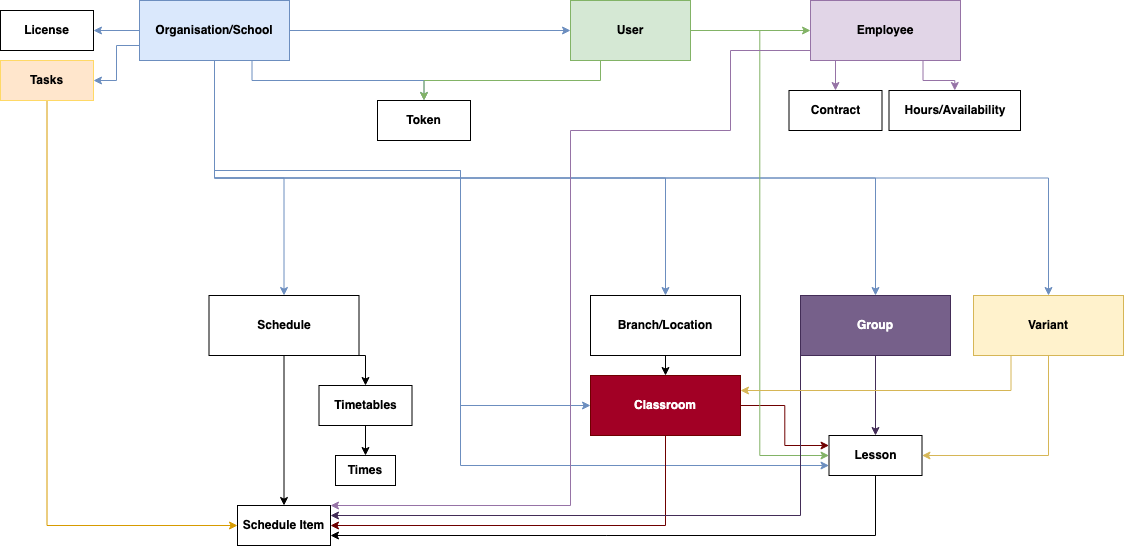
Before: Diagram zonder titel.drawio.png, a diagram exported from draw.io (joshuahiwat/randomeasytest). Source tidied: cells renumbered, new cells last; positions are measured from the earlier drawing's top-left corner, leaving out a move shared by most shapes.
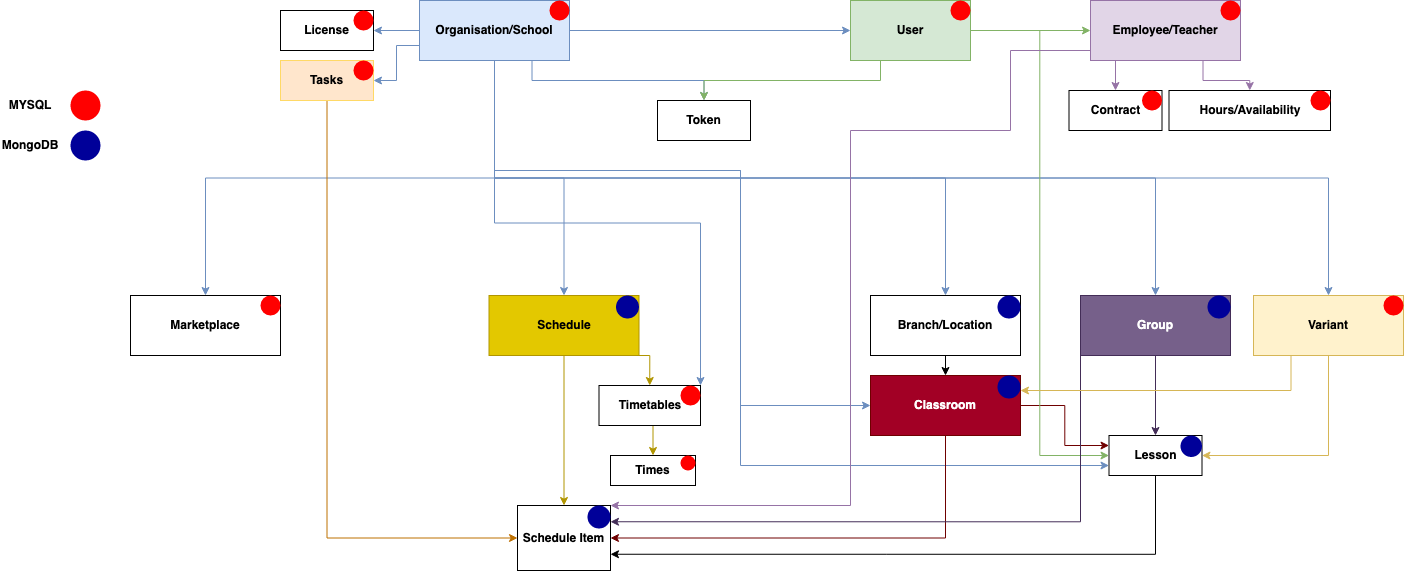
After the commit.

Commit message:
EDU Middleware

The edit, as a diff of the source:
```diff
@@ -49,6 +49,12 @@
         </Array>
       </mxGeometry>
     </mxCell>
+    <mxCell id="48" style="edgeStyle=orthogonalEdgeStyle;rounded=0;jettySize=auto;html=1;exitX=0.5;exitY=1;exitDx=0;exitDy=0;entryX=1;entryY=0;entryDx=0;entryDy=0;strokeWidth=1;fillColor=#dae8fc;strokeColor=#6c8ebf;" parent="1" edge="1" source="13" target="39">
+      <mxGeometry relative="1" as="geometry" />
+    </mxCell>
+    <mxCell id="49" style="edgeStyle=orthogonalEdgeStyle;rounded=0;jettySize=auto;html=1;exitX=0.5;exitY=1;exitDx=0;exitDy=0;entryX=0.5;entryY=0;entryDx=0;entryDy=0;strokeWidth=1;fillColor=#dae8fc;strokeColor=#6c8ebf;" parent="1" edge="1" source="13" target="50">
+      <mxGeometry relative="1" as="geometry" />
+    </mxCell>
     <mxCell id="13" value="&lt;b&gt;Organisation/School&lt;/b&gt;" style="rounded=0;whiteSpace=wrap;html=1;fillColor=#dae8fc;strokeColor=#6c8ebf;" parent="1" vertex="1">
       <mxGeometry x="139" width="150" height="60" as="geometry" />
     </mxCell>
@@ -80,7 +86,7 @@
       <mxGeometry x="570" width="120" height="60" as="geometry" />
     </mxCell>
     <mxCell id="23" value="&lt;b&gt;Hours/Availability&lt;br&gt;&lt;/b&gt;" style="rounded=0;whiteSpace=wrap;html=1;" parent="1" vertex="1">
-      <mxGeometry x="888.5" y="90" width="131.5" height="40" as="geometry" />
+      <mxGeometry x="888.5" y="90" width="161.5" height="40" as="geometry" />
     </mxCell>
     <mxCell id="24" value="&lt;b&gt;Contract&lt;br&gt;&lt;/b&gt;" style="rounded=0;whiteSpace=wrap;html=1;" parent="1" vertex="1">
       <mxGeometry x="788.5" y="90" width="93" height="40" as="geometry" />
@@ -106,32 +112,32 @@
     <mxCell id="31" value="&lt;b&gt;Token&lt;br&gt;&lt;/b&gt;" style="rounded=0;whiteSpace=wrap;html=1;" parent="1" vertex="1">
       <mxGeometry x="377" y="100" width="93" height="40" as="geometry" />
     </mxCell>
-    <mxCell id="32" style="edgeStyle=orthogonalEdgeStyle;rounded=0;jettySize=auto;html=1;exitX=0.5;exitY=1;exitDx=0;exitDy=0;entryX=0;entryY=0.5;entryDx=0;entryDy=0;fillColor=#ffe6cc;strokeColor=#d79b00;" parent="1" edge="1" source="33" target="37">
+    <mxCell id="32" style="edgeStyle=orthogonalEdgeStyle;rounded=0;jettySize=auto;html=1;exitX=0.5;exitY=1;exitDx=0;exitDy=0;entryX=0;entryY=0.5;entryDx=0;entryDy=0;fillColor=#f0a30a;strokeColor=#BD7000;" parent="1" edge="1" source="33" target="37">
       <mxGeometry relative="1" as="geometry" />
     </mxCell>
     <mxCell id="33" value="&lt;b&gt;Tasks&lt;br&gt;&lt;/b&gt;" style="rounded=0;whiteSpace=wrap;html=1;fillColor=#ffe6cc;strokeColor=#FFD966;gradientColor=none;" parent="1" vertex="1">
       <mxGeometry y="60" width="93" height="40" as="geometry" />
     </mxCell>
-    <mxCell id="34" style="edgeStyle=orthogonalEdgeStyle;rounded=0;jettySize=auto;html=1;exitX=0.5;exitY=1;exitDx=0;exitDy=0;entryX=0.5;entryY=0;entryDx=0;entryDy=0;" parent="1" edge="1" source="36" target="37">
+    <mxCell id="34" style="edgeStyle=orthogonalEdgeStyle;rounded=0;jettySize=auto;html=1;exitX=0.5;exitY=1;exitDx=0;exitDy=0;entryX=0.5;entryY=0;entryDx=0;entryDy=0;fillColor=#e3c800;strokeColor=#B09500;" parent="1" edge="1" source="36" target="37">
       <mxGeometry relative="1" as="geometry" />
     </mxCell>
-    <mxCell id="35" style="edgeStyle=orthogonalEdgeStyle;rounded=0;jettySize=auto;html=1;exitX=1;exitY=1;exitDx=0;exitDy=0;entryX=0.5;entryY=0;entryDx=0;entryDy=0;" parent="1" edge="1" source="36" target="39">
+    <mxCell id="35" style="edgeStyle=orthogonalEdgeStyle;rounded=0;jettySize=auto;html=1;exitX=1;exitY=1;exitDx=0;exitDy=0;entryX=0.5;entryY=0;entryDx=0;entryDy=0;fillColor=#e3c800;strokeColor=#B09500;" parent="1" edge="1" source="36" target="39">
       <mxGeometry relative="1" as="geometry" />
     </mxCell>
-    <mxCell id="36" value="&lt;b&gt;Schedule&lt;br&gt;&lt;/b&gt;" style="rounded=0;whiteSpace=wrap;html=1;" parent="1" vertex="1">
+    <mxCell id="36" value="&lt;b&gt;Schedule&lt;br&gt;&lt;/b&gt;" style="rounded=0;whiteSpace=wrap;html=1;fillColor=#e3c800;fontColor=#000000;strokeColor=#B09500;" parent="1" vertex="1">
       <mxGeometry x="208.5" y="295" width="150" height="60" as="geometry" />
     </mxCell>
     <mxCell id="37" value="&lt;b&gt;Schedule Item&lt;br&gt;&lt;/b&gt;" style="rounded=0;whiteSpace=wrap;html=1;" parent="1" vertex="1">
-      <mxGeometry x="237" y="505" width="93" height="40" as="geometry" />
+      <mxGeometry x="237" y="505" width="93" height="65" as="geometry" />
     </mxCell>
-    <mxCell id="38" style="edgeStyle=orthogonalEdgeStyle;rounded=0;jettySize=auto;html=1;exitX=0.5;exitY=1;exitDx=0;exitDy=0;entryX=0.5;entryY=0;entryDx=0;entryDy=0;" parent="1" edge="1" source="39" target="40">
+    <mxCell id="38" style="edgeStyle=orthogonalEdgeStyle;rounded=0;jettySize=auto;html=1;exitX=0.5;exitY=1;exitDx=0;exitDy=0;entryX=0.5;entryY=0;entryDx=0;entryDy=0;fillColor=#e3c800;strokeColor=#B09500;" parent="1" edge="1" source="39" target="40">
       <mxGeometry relative="1" as="geometry" />
     </mxCell>
     <mxCell id="39" value="&lt;b&gt;Timetables&lt;br&gt;&lt;/b&gt;" style="rounded=0;whiteSpace=wrap;html=1;" parent="1" vertex="1">
-      <mxGeometry x="318.5" y="385" width="93" height="40" as="geometry" />
+      <mxGeometry x="318.5" y="385" width="101.5" height="40" as="geometry" />
     </mxCell>
     <mxCell id="40" value="&lt;b&gt;Times&lt;br&gt;&lt;/b&gt;" style="rounded=0;whiteSpace=wrap;html=1;" parent="1" vertex="1">
-      <mxGeometry x="335" y="455" width="60" height="30" as="geometry" />
+      <mxGeometry x="330" y="455" width="85" height="30" as="geometry" />
     </mxCell>
     <mxCell id="41" style="edgeStyle=orthogonalEdgeStyle;rounded=0;jettySize=auto;html=1;exitX=0.5;exitY=1;exitDx=0;exitDy=0;entryX=1;entryY=0.5;entryDx=0;entryDy=0;fillColor=#fff2cc;strokeColor=#d6b656;" parent="1" edge="1" source="43" target="30">
       <mxGeometry relative="1" as="geometry" />
@@ -159,8 +165,74 @@
         </Array>
       </mxGeometry>
     </mxCell>
-    <mxCell id="47" value="&lt;b&gt;Employee&lt;br&gt;&lt;/b&gt;" style="rounded=0;whiteSpace=wrap;html=1;fillColor=#e1d5e7;strokeColor=#9673a6;" parent="1" vertex="1">
+    <mxCell id="47" value="&lt;b&gt;Employee/Teacher&lt;br&gt;&lt;/b&gt;" style="rounded=0;whiteSpace=wrap;html=1;fillColor=#e1d5e7;strokeColor=#9673a6;" parent="1" vertex="1">
       <mxGeometry x="810" width="150" height="60" as="geometry" />
     </mxCell>
+    <mxCell id="50" value="&lt;b&gt;Marketplace&lt;/b&gt;" style="rounded=0;whiteSpace=wrap;html=1;" parent="1" vertex="1">
+      <mxGeometry x="-150" y="295" width="150" height="60" as="geometry" />
+    </mxCell>
+    <mxCell id="51" style="ellipse;whiteSpace=wrap;html=1;strokeColor=none;gradientColor=none;fillColor=#FF0000;" parent="1" vertex="1">
+      <mxGeometry x="-210" y="90" width="30" height="30" as="geometry" />
+    </mxCell>
+    <mxCell id="52" style="ellipse;whiteSpace=wrap;html=1;strokeColor=none;gradientColor=none;fillColor=#000099;" parent="1" vertex="1">
+      <mxGeometry x="-210" y="130" width="30" height="30" as="geometry" />
+    </mxCell>
+    <mxCell id="53" value="&lt;b&gt;MYSQL&lt;/b&gt;" style="text;html=1;strokeColor=none;fillColor=none;align=center;verticalAlign=middle;whiteSpace=wrap;rounded=0;" parent="1" vertex="1">
+      <mxGeometry x="-280" y="90" width="60" height="30" as="geometry" />
+    </mxCell>
+    <mxCell id="54" value="&lt;b&gt;MongoDB&lt;/b&gt;" style="text;html=1;strokeColor=none;fillColor=none;align=center;verticalAlign=middle;whiteSpace=wrap;rounded=0;" parent="1" vertex="1">
+      <mxGeometry x="-280" y="130" width="60" height="30" as="geometry" />
+    </mxCell>
+    <mxCell id="55" style="ellipse;whiteSpace=wrap;html=1;strokeColor=none;gradientColor=none;fillColor=#FF0000;" parent="1" vertex="1">
+      <mxGeometry x="861.5" y="90" width="20" height="20" as="geometry" />
+    </mxCell>
+    <mxCell id="56" style="ellipse;whiteSpace=wrap;html=1;strokeColor=none;gradientColor=none;fillColor=#FF0000;" parent="1" vertex="1">
+      <mxGeometry x="940" width="20" height="20" as="geometry" />
+    </mxCell>
+    <mxCell id="57" style="ellipse;whiteSpace=wrap;html=1;strokeColor=none;gradientColor=none;fillColor=#FF0000;" parent="1" vertex="1">
+      <mxGeometry x="1030" y="90" width="20" height="20" as="geometry" />
+    </mxCell>
+    <mxCell id="58" style="ellipse;whiteSpace=wrap;html=1;strokeColor=none;gradientColor=none;fillColor=#FF0000;" parent="1" vertex="1">
+      <mxGeometry x="73" y="60" width="20" height="20" as="geometry" />
+    </mxCell>
+    <mxCell id="59" style="ellipse;whiteSpace=wrap;html=1;strokeColor=none;gradientColor=none;fillColor=#FF0000;" parent="1" vertex="1">
+      <mxGeometry x="73" y="10" width="20" height="20" as="geometry" />
+    </mxCell>
+    <mxCell id="60" style="ellipse;whiteSpace=wrap;html=1;strokeColor=none;gradientColor=none;fillColor=#FF0000;" parent="1" vertex="1">
+      <mxGeometry x="269" width="20" height="20" as="geometry" />
+    </mxCell>
+    <mxCell id="61" style="ellipse;whiteSpace=wrap;html=1;strokeColor=none;gradientColor=none;fillColor=#FF0000;" parent="1" vertex="1">
+      <mxGeometry x="670" width="20" height="20" as="geometry" />
+    </mxCell>
+    <mxCell id="62" style="ellipse;whiteSpace=wrap;html=1;strokeColor=none;gradientColor=none;fillColor=#FF0000;" parent="1" vertex="1">
+      <mxGeometry x="400" y="385" width="20" height="20" as="geometry" />
+    </mxCell>
+    <mxCell id="63" style="ellipse;whiteSpace=wrap;html=1;strokeColor=none;gradientColor=none;fillColor=#FF0000;" parent="1" vertex="1">
+      <mxGeometry x="400" y="455" width="15" height="15" as="geometry" />
+    </mxCell>
+    <mxCell id="64" style="ellipse;whiteSpace=wrap;html=1;strokeColor=none;gradientColor=none;fillColor=#FF0000;" parent="1" vertex="1">
+      <mxGeometry x="1103" y="295" width="20" height="20" as="geometry" />
+    </mxCell>
+    <mxCell id="65" style="ellipse;whiteSpace=wrap;html=1;strokeColor=none;gradientColor=none;fillColor=#000099;" parent="1" vertex="1">
+      <mxGeometry x="335.5" y="295" width="23" height="23" as="geometry" />
+    </mxCell>
+    <mxCell id="66" style="ellipse;whiteSpace=wrap;html=1;strokeColor=none;gradientColor=none;fillColor=#000099;" parent="1" vertex="1">
+      <mxGeometry x="717" y="295" width="23" height="23" as="geometry" />
+    </mxCell>
+    <mxCell id="67" style="ellipse;whiteSpace=wrap;html=1;strokeColor=none;gradientColor=none;fillColor=#000099;" parent="1" vertex="1">
+      <mxGeometry x="927" y="295" width="23" height="23" as="geometry" />
+    </mxCell>
+    <mxCell id="68" style="ellipse;whiteSpace=wrap;html=1;strokeColor=none;gradientColor=none;fillColor=#000099;" parent="1" vertex="1">
+      <mxGeometry x="717" y="375" width="23" height="23" as="geometry" />
+    </mxCell>
+    <mxCell id="69" style="ellipse;whiteSpace=wrap;html=1;strokeColor=none;gradientColor=none;fillColor=#000099;" parent="1" vertex="1">
+      <mxGeometry x="900" y="435" width="21.5" height="21.5" as="geometry" />
+    </mxCell>
+    <mxCell id="70" style="ellipse;whiteSpace=wrap;html=1;strokeColor=none;gradientColor=none;fillColor=#000099;" parent="1" vertex="1">
+      <mxGeometry x="307" y="505" width="23" height="23" as="geometry" />
+    </mxCell>
+    <mxCell id="71" style="ellipse;whiteSpace=wrap;html=1;strokeColor=none;gradientColor=none;fillColor=#FF0000;" parent="1" vertex="1">
+      <mxGeometry x="-20" y="295" width="20" height="20" as="geometry" />
+    </mxCell>
   </root>
 </mxGraphModel>
```
